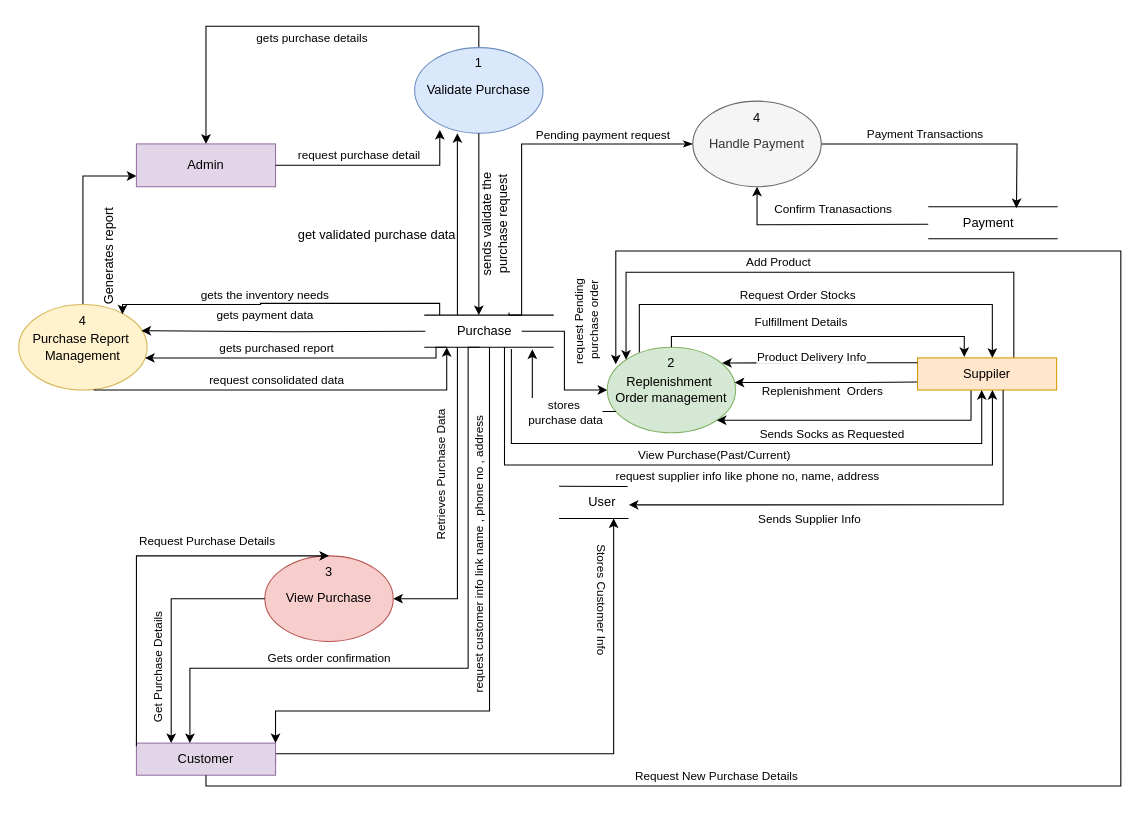
This is Payment level 1.drawio from pawal-karki/DRAW.IO, a draw.io file, before an edit. Source tidied: cells renumbered, new cells numbered last; positions are measured from the earlier drawing's top-left corner, leaving out a move shared by most shapes. Both pictures are drawn from the tidied source at 107%, with x=0, y=0 at pixel (-3, 47).
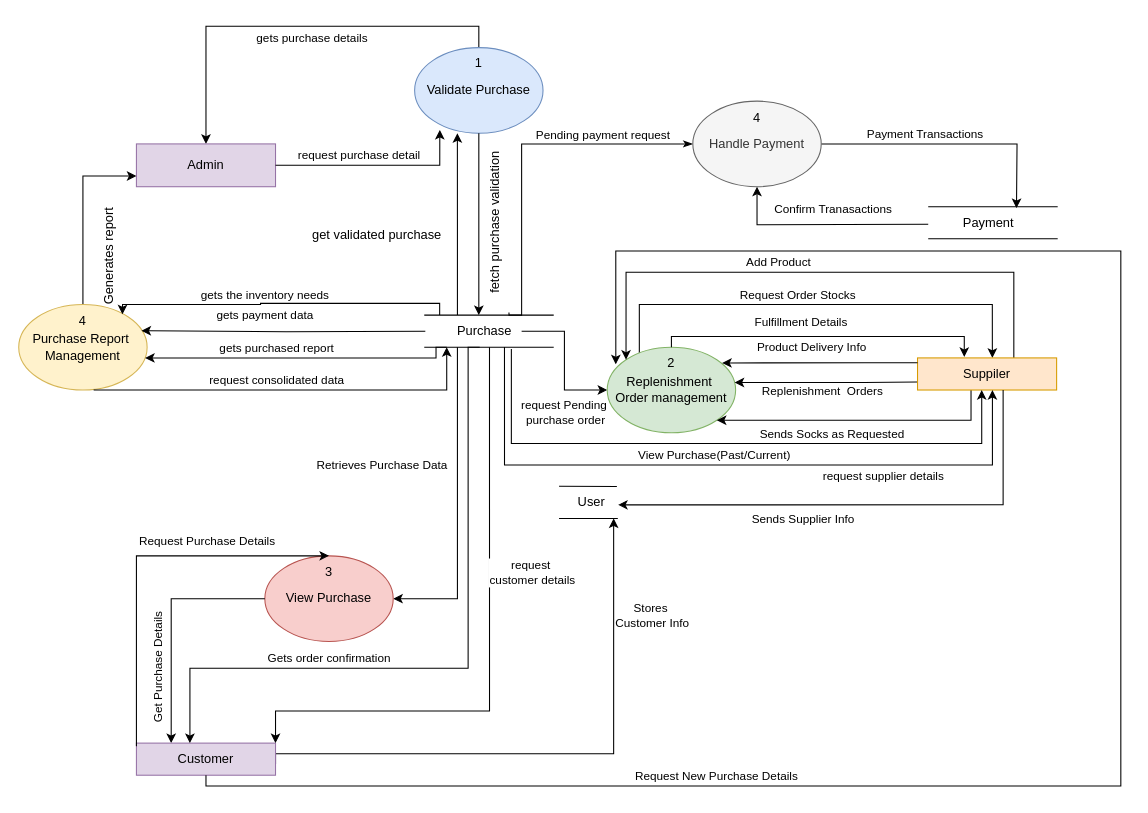
Above is the later version.

Unchanged cells that the change refers to:
```xml
<mxCell id="12" style="edgeStyle=orthogonalEdgeStyle;rounded=0;jettySize=auto;html=1;" parent="1" edge="1" source="16" target="42">
  <mxGeometry relative="1" as="geometry" />
</mxCell>
<mxCell id="14" style="edgeStyle=orthogonalEdgeStyle;rounded=0;jettySize=auto;html=1;" parent="1" edge="1" source="16" target="26">
  <mxGeometry relative="1" as="geometry">
    <Array as="points">
      <mxPoint x="430" y="515" />
    </Array>
  </mxGeometry>
</mxCell>
<mxCell id="24" style="edgeStyle=orthogonalEdgeStyle;rounded=0;orthogonalLoop=1;jettySize=auto;html=1;" parent="1" edge="1">
  <mxGeometry relative="1" as="geometry">
    <mxPoint x="260" y="670" as="sourcePoint" />
    <mxPoint x="576" y="440" as="targetPoint" />
    <Array as="points">
      <mxPoint x="300" y="660" />
      <mxPoint x="576" y="660" />
      <mxPoint x="576" y="470" />
    </Array>
  </mxGeometry>
</mxCell>
<mxCell id="42" value="Replenishment&amp;nbsp;&lt;div&gt;&lt;span style=&quot;background-color: initial;&quot;&gt;Order management&lt;/span&gt;&lt;/div&gt;" style="ellipse;whiteSpace=wrap;html=1;fillColor=#d5e8d4;strokeColor=#82b366;" parent="1" vertex="1">
  <mxGeometry x="570" y="280" width="120" height="80" as="geometry" />
</mxCell>
<mxCell id="59" style="edgeStyle=orthogonalEdgeStyle;rounded=0;jettySize=auto;html=1;entryX=0.771;entryY=0.996;entryDx=0;entryDy=0;entryPerimeter=0;startArrow=classic;startFill=1;endArrow=none;endFill=0;" parent="1" edge="1" source="51" target="16">
  <mxGeometry relative="1" as="geometry">
    <Array as="points">
      <mxPoint x="930" y="390" />
      <mxPoint x="474" y="390" />
    </Array>
  </mxGeometry>
</mxCell>
<mxCell id="76" style="edgeStyle=orthogonalEdgeStyle;rounded=0;jettySize=auto;html=1;exitX=1;exitY=0;exitDx=0;exitDy=0;entryX=0.571;entryY=1;entryDx=0;entryDy=0;entryPerimeter=0;startArrow=classic;startFill=1;endArrow=none;endFill=0;" parent="1" edge="1" source="35" target="16">
  <mxGeometry relative="1" as="geometry">
    <Array as="points">
      <mxPoint x="260" y="620" />
      <mxPoint x="460" y="620" />
    </Array>
  </mxGeometry>
</mxCell>
<mxCell id="80" style="edgeStyle=orthogonalEdgeStyle;rounded=0;orthogonalLoop=1;jettySize=auto;html=1;entryX=0.895;entryY=0.202;entryDx=0;entryDy=0;entryPerimeter=0;" parent="1" edge="1">
  <mxGeometry relative="1" as="geometry">
    <mxPoint x="860" y="294.5" as="sourcePoint" />
    <mxPoint x="677.4" y="294.7" as="targetPoint" />
    <Array as="points">
      <mxPoint x="810" y="294.6" />
      <mxPoint x="810" y="294.6" />
    </Array>
  </mxGeometry>
</mxCell>
```

What changed in the source:
```diff
@@
-    <mxCell id="13" value="request Pending&amp;nbsp;&lt;div&gt;purchase order&lt;/div&gt;" style="edgeLabel;html=1;align=center;verticalAlign=middle;rotation=-90;" parent="12" vertex="1">
+    <mxCell id="13" value="request Pending&amp;nbsp;&lt;div&gt;purchase order&lt;/div&gt;" style="edgeLabel;html=1;align=center;verticalAlign=middle;rotation=0;" parent="12" vertex="1">
       <mxGeometry x="-0.02" y="-4" relative="1" as="geometry">
-        <mxPoint x="24" y="-35" as="offset" />
+        <mxPoint x="4" y="49" as="offset" />
       </mxGeometry>
     </mxCell>
@@
-    <mxCell id="15" value="Retrieves Purchase Data&amp;nbsp;" style="edgeLabel;html=1;align=center;verticalAlign=middle;rotation=-90;" parent="14" vertex="1">
+    <mxCell id="15" value="Retrieves Purchase Data&amp;nbsp;" style="edgeLabel;html=1;align=center;verticalAlign=middle;rotation=0;" parent="14" vertex="1">
       <mxGeometry x="-0.15" y="-3" relative="1" as="geometry">
-        <mxPoint x="-13" y="-6" as="offset" />
+        <mxPoint x="-67" y="-16" as="offset" />
       </mxGeometry>
     </mxCell>
@@
-    <mxCell id="21" value="sends validate the purchase request" style="text;html=1;align=center;verticalAlign=middle;whiteSpace=wrap;rounded=0;rotation=-90;" parent="1" vertex="1">
+    <mxCell id="21" value="&amp;nbsp;fetch purchase validation" style="text;html=1;align=center;verticalAlign=middle;whiteSpace=wrap;rounded=0;rotation=-90;" parent="1" vertex="1">
       <mxGeometry x="390" y="150" width="150" height="30" as="geometry" />
     </mxCell>
@@
-    <mxCell id="23" value="get validated purchase data" style="text;html=1;align=center;verticalAlign=middle;whiteSpace=wrap;rounded=0;" parent="1" vertex="1">
+    <mxCell id="23" value="get validated purchase" style="text;html=1;align=center;verticalAlign=middle;whiteSpace=wrap;rounded=0;" parent="1" vertex="1">
       <mxGeometry x="280" y="160" width="150" height="30" as="geometry" />
     </mxCell>
@@
-    <mxCell id="25" value="Stores Customer Info" style="edgeLabel;html=1;align=center;verticalAlign=middle;rotation=90;" parent="24" vertex="1">
+    <mxCell id="25" value="Stores&amp;nbsp;&lt;div&gt;Customer Info&lt;/div&gt;" style="edgeLabel;html=1;align=center;verticalAlign=middle;rotation=0;" parent="24" vertex="1">
       <mxGeometry x="-0.28" y="-2" relative="1" as="geometry">
-        <mxPoint x="119" y="-147" as="offset" />
+        <mxPoint x="164" y="-132" as="offset" />
       </mxGeometry>
     </mxCell>
@@
-    <mxCell id="52" style="edgeStyle=orthogonalEdgeStyle;rounded=0;jettySize=auto;html=1;" parent="1" edge="1" source="42">
-      <mxGeometry relative="1" as="geometry">
-        <mxPoint x="500" y="282" as="targetPoint" />
-        <Array as="points">
-          <mxPoint x="500" y="340" />
-        </Array>
-      </mxGeometry>
-    </mxCell>
-    <mxCell id="53" value="stores&amp;nbsp;&lt;div&gt;purchase data&lt;/div&gt;" style="edgeLabel;html=1;align=center;verticalAlign=middle;" parent="52" vertex="1">
-      <mxGeometry x="-0.27" y="-1" relative="1" as="geometry">
-        <mxPoint x="2" y="1" as="offset" />
-      </mxGeometry>
-    </mxCell>
     <mxCell id="54" value="User" style="text;html=1;align=center;verticalAlign=middle;points=[];strokeColor=none;fillColor=none;" parent="1" vertex="1">
-      <mxGeometry x="540" y="410" width="50" height="30" as="geometry" />
+      <mxGeometry x="530" y="410" width="50" height="30" as="geometry" />
     </mxCell>
@@
-    <mxCell id="60" value="request supplier info like phone no, name, address" style="edgeLabel;html=1;align=center;verticalAlign=middle;rotation=0;" parent="59" vertex="1">
+    <mxCell id="60" value="request supplier details" style="edgeLabel;html=1;align=center;verticalAlign=middle;rotation=0;" parent="59" vertex="1">
       <mxGeometry x="-0.22" y="1" relative="1" as="geometry">
-        <mxPoint x="-52" y="9" as="offset" />
+        <mxPoint x="75" y="9" as="offset" />
       </mxGeometry>
     </mxCell>
@@
-    <mxCell id="77" value="request customer info link name , phone no , address" style="edgeLabel;html=1;align=center;verticalAlign=middle;rotation=-90;" parent="76" vertex="1">
+    <mxCell id="77" value="request&amp;nbsp;&lt;div&gt;customer details&lt;/div&gt;" style="edgeLabel;html=1;align=center;verticalAlign=middle;rotation=0;" parent="76" vertex="1">
       <mxGeometry x="-0.47" y="2" relative="1" as="geometry">
-        <mxPoint x="68" y="-143" as="offset" />
+        <mxPoint x="118" y="-128" as="offset" />
       </mxGeometry>
     </mxCell>
@@
     <mxCell id="81" value="Product Delivery Info" style="edgeLabel;html=1;align=center;verticalAlign=middle;" parent="80" vertex="1">
       <mxGeometry x="0.14" y="-4" relative="1" as="geometry">
-        <mxPoint x="5" y="-2" as="offset" />
+        <mxPoint x="5" y="-11" as="offset" />
       </mxGeometry>
     </mxCell>
```
